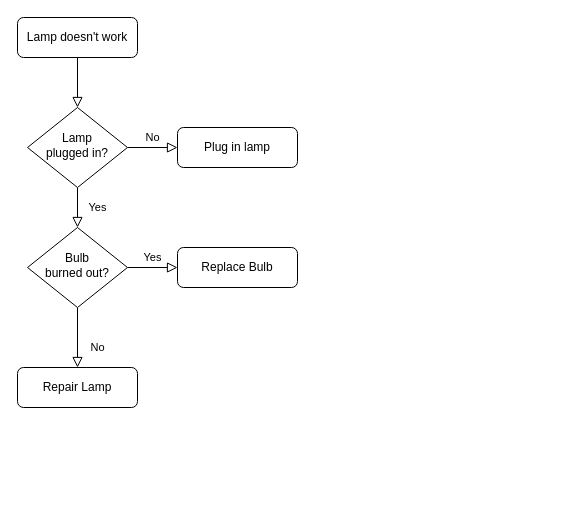
Before: hekr二期融合.drawio in brightzoe/IMG, a draw.io diagram. Source tidied: cells renumbered, new cells numbered last; positions are measured from the earlier drawing's top-left corner, leaving out a move shared by most shapes. Both pictures are drawn from the tidied source at 100%, with x=0, y=0 at pixel (17, 17).
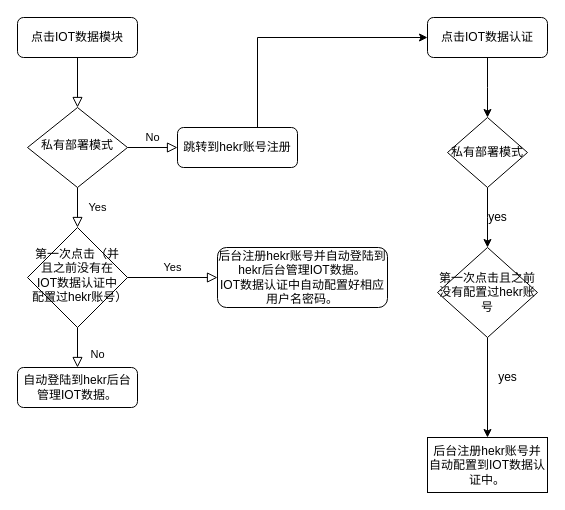
Above is the later version.

Commit message:
更新hekr二期融合.drawio

The edit, as a diff of the source:
```diff
@@
-    <mxCell id="3" value="Lamp doesn't work" style="rounded=1;whiteSpace=wrap;html=1;fontSize=12;glass=0;strokeWidth=1;shadow=0;" parent="1" vertex="1">
+    <mxCell id="3" value="点击IOT数据模块" style="rounded=1;whiteSpace=wrap;html=1;fontSize=12;glass=0;strokeWidth=1;shadow=0;" parent="1" vertex="1">
       <mxGeometry width="120" height="40" as="geometry" />
     </mxCell>
@@
-    <mxCell id="6" value="Lamp&lt;br&gt;plugged in?" style="rhombus;whiteSpace=wrap;html=1;shadow=0;fontFamily=Helvetica;fontSize=12;align=center;strokeWidth=1;spacing=6;spacingTop=-4;" parent="1" vertex="1">
+    <mxCell id="6" value="私有部署模式" style="rhombus;whiteSpace=wrap;html=1;shadow=0;fontFamily=Helvetica;fontSize=12;align=center;strokeWidth=1;spacing=6;spacingTop=-4;" parent="1" vertex="1">
       <mxGeometry x="10" y="90" width="100" height="80" as="geometry" />
     </mxCell>
+    <mxCell id="13" style="edgeStyle=orthogonalEdgeStyle;rounded=0;jettySize=auto;html=1;" parent="1" edge="1" source="7" target="15">
+      <mxGeometry relative="1" as="geometry">
+        <Array as="points">
+          <mxPoint x="240" y="20" />
+        </Array>
+      </mxGeometry>
+    </mxCell>
-    <mxCell id="7" value="Plug in lamp" style="rounded=1;whiteSpace=wrap;html=1;fontSize=12;glass=0;strokeWidth=1;shadow=0;" parent="1" vertex="1">
+    <mxCell id="7" value="跳转到hekr账号注册" style="rounded=1;whiteSpace=wrap;html=1;fontSize=12;glass=0;strokeWidth=1;shadow=0;" parent="1" vertex="1">
       <mxGeometry x="160" y="110" width="120" height="40" as="geometry" />
     </mxCell>
@@
-    <mxCell id="10" value="Bulb&lt;br&gt;burned out?" style="rhombus;whiteSpace=wrap;html=1;shadow=0;fontFamily=Helvetica;fontSize=12;align=center;strokeWidth=1;spacing=6;spacingTop=-4;" parent="1" vertex="1">
-      <mxGeometry x="10" y="210" width="100" height="80" as="geometry" />
+    <mxCell id="10" value="第一次点击（并且之前没有在IOT数据认证中配置过hekr账号）" style="rhombus;whiteSpace=wrap;html=1;shadow=0;fontFamily=Helvetica;fontSize=12;align=center;strokeWidth=1;spacing=6;spacingTop=-4;" parent="1" vertex="1">
+      <mxGeometry x="10" y="210" width="100" height="100" as="geometry" />
     </mxCell>
-    <mxCell id="11" value="Repair Lamp" style="rounded=1;whiteSpace=wrap;html=1;fontSize=12;glass=0;strokeWidth=1;shadow=0;" parent="1" vertex="1">
+    <mxCell id="11" value="自动登陆到hekr后台管理IOT数据。" style="rounded=1;whiteSpace=wrap;html=1;fontSize=12;glass=0;strokeWidth=1;shadow=0;" parent="1" vertex="1">
       <mxGeometry y="350" width="120" height="40" as="geometry" />
     </mxCell>
-    <mxCell id="12" value="Replace Bulb" style="rounded=1;whiteSpace=wrap;html=1;fontSize=12;glass=0;strokeWidth=1;shadow=0;" parent="1" vertex="1">
-      <mxGeometry x="160" y="230" width="120" height="40" as="geometry" />
+    <mxCell id="12" value="后台注册hekr账号并自动登陆到hekr后台管理IOT数据。&lt;br&gt;IOT数据认证中自动配置好相应用户名密码。" style="rounded=1;whiteSpace=wrap;html=1;fontSize=12;glass=0;strokeWidth=1;shadow=0;" parent="1" vertex="1">
+      <mxGeometry x="200" y="230" width="170" height="60" as="geometry" />
     </mxCell>
+    <mxCell id="14" style="edgeStyle=orthogonalEdgeStyle;rounded=0;jettySize=auto;html=1;" parent="1" edge="1" source="15">
+      <mxGeometry relative="1" as="geometry">
+        <mxPoint x="470" y="100" as="targetPoint" />
+      </mxGeometry>
+    </mxCell>
+    <mxCell id="15" value="点击IOT数据认证" style="rounded=1;whiteSpace=wrap;html=1;fontSize=12;glass=0;strokeWidth=1;shadow=0;" parent="1" vertex="1">
+      <mxGeometry x="410" width="120" height="40" as="geometry" />
+    </mxCell>
+    <mxCell id="16" style="edgeStyle=orthogonalEdgeStyle;rounded=0;jettySize=auto;html=1;" parent="1" edge="1" source="17">
+      <mxGeometry relative="1" as="geometry">
+        <mxPoint x="470" y="230" as="targetPoint" />
+      </mxGeometry>
+    </mxCell>
+    <mxCell id="17" value="私有部署模式" style="rhombus;whiteSpace=wrap;html=1;" parent="1" vertex="1">
+      <mxGeometry x="430" y="100" width="80" height="70" as="geometry" />
+    </mxCell>
+    <mxCell id="18" style="edgeStyle=orthogonalEdgeStyle;rounded=0;jettySize=auto;html=1;" parent="1" edge="1" source="19" target="21">
+      <mxGeometry relative="1" as="geometry" />
+    </mxCell>
+    <mxCell id="19" value="第一次点击且之前没有配置过hekr账号" style="rhombus;whiteSpace=wrap;html=1;" parent="1" vertex="1">
+      <mxGeometry x="420" y="230" width="100" height="90" as="geometry" />
+    </mxCell>
+    <mxCell id="20" value="yes&lt;br&gt;" style="text;html=1;align=center;verticalAlign=middle;" parent="1" vertex="1">
+      <mxGeometry x="465" y="190" width="30" height="20" as="geometry" />
+    </mxCell>
+    <mxCell id="21" value="后台注册hekr账号并自动配置到IOT数据认证中。" style="whiteSpace=wrap;html=1;" parent="1" vertex="1">
+      <mxGeometry x="410" y="420" width="120" height="55" as="geometry" />
+    </mxCell>
+    <mxCell id="22" value="yes" style="text;html=1;align=center;verticalAlign=middle;" parent="1" vertex="1">
+      <mxGeometry x="475" y="350" width="30" height="20" as="geometry" />
+    </mxCell>
```
